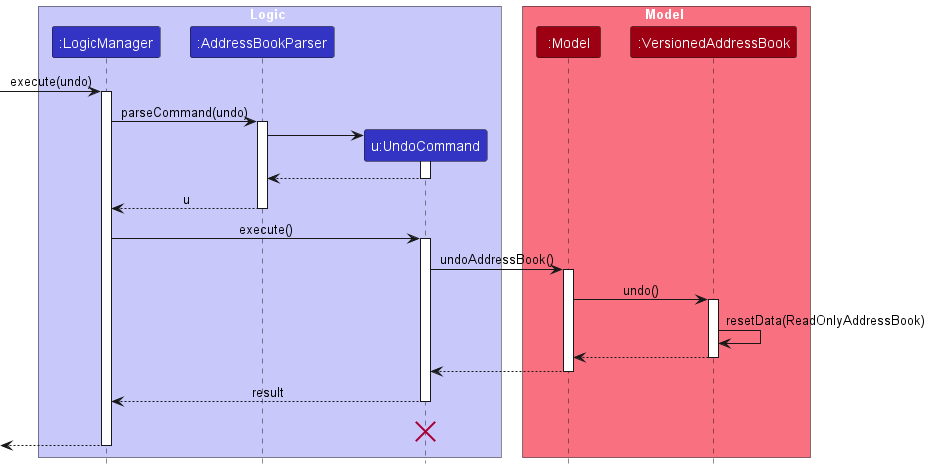
Earlier version of the PlantUML export docs/images/UndoSequenceDiagram.png (sheryew/tp). Source of this version:
```plantuml
@startuml
!include style.puml
skinparam ArrowFontStyle plain

box Logic LOGIC_COLOR_T1
participant ":LogicManager" as LogicManager LOGIC_COLOR
participant ":AddressBookParser" as AddressBookParser LOGIC_COLOR
participant "u:UndoCommand" as UndoCommand LOGIC_COLOR
end box

box Model MODEL_COLOR_T1
participant ":Model" as Model MODEL_COLOR
participant ":VersionedAddressBook" as VersionedAddressBook MODEL_COLOR
end box
[-> LogicManager : execute(undo)
activate LogicManager

LogicManager -> AddressBookParser : parseCommand(undo)
activate AddressBookParser

create UndoCommand
AddressBookParser -> UndoCommand
activate UndoCommand

UndoCommand --> AddressBookParser
deactivate UndoCommand

AddressBookParser --> LogicManager : u
deactivate AddressBookParser

LogicManager -> UndoCommand : execute()
activate UndoCommand

UndoCommand -> Model : undoAddressBook()
activate Model

Model -> VersionedAddressBook : undo()
activate VersionedAddressBook

VersionedAddressBook -> VersionedAddressBook :resetData(ReadOnlyAddressBook)
VersionedAddressBook --> Model :
deactivate VersionedAddressBook

Model --> UndoCommand
deactivate Model

UndoCommand --> LogicManager : result
deactivate UndoCommand
UndoCommand -[hidden]-> LogicManager : result
destroy UndoCommand

[<--LogicManager
deactivate LogicManager
@enduml
```
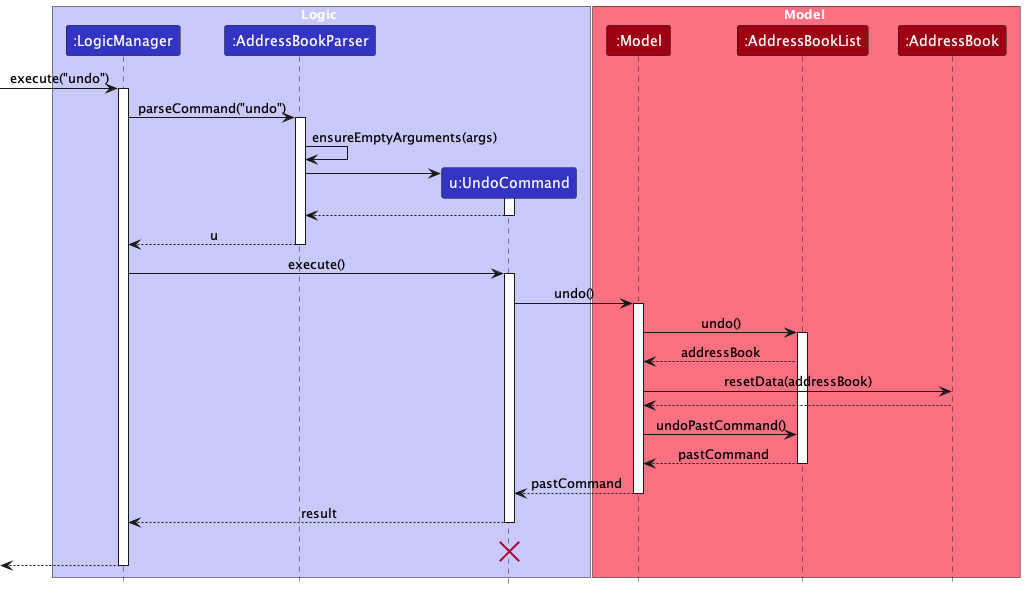
Later version of the same file.

Change to the diagram source:
```diff
@@ -10,13 +10,16 @@
 
 box Model MODEL_COLOR_T1
 participant ":Model" as Model MODEL_COLOR
-participant ":VersionedAddressBook" as VersionedAddressBook MODEL_COLOR
+participant ":AddressBookList" as AddressBookList MODEL_COLOR
+participant ":AddressBook" as AddressBook MODEL_COLOR
 end box
-[-> LogicManager : execute(undo)
+[-> LogicManager : execute("undo")
 activate LogicManager
 
-LogicManager -> AddressBookParser : parseCommand(undo)
+LogicManager -> AddressBookParser : parseCommand("undo")
 activate AddressBookParser
+
+AddressBookParser -> AddressBookParser : ensureEmptyArguments(args)
 
 create UndoCommand
 AddressBookParser -> UndoCommand
@@ -31,17 +34,24 @@
 LogicManager -> UndoCommand : execute()
 activate UndoCommand
 
-UndoCommand -> Model : undoAddressBook()
+UndoCommand -> Model : undo()
 activate Model
 
-Model -> VersionedAddressBook : undo()
-activate VersionedAddressBook
+Model -> AddressBookList : undo()
+activate AddressBookList
 
-VersionedAddressBook -> VersionedAddressBook :resetData(ReadOnlyAddressBook)
-VersionedAddressBook --> Model :
-deactivate VersionedAddressBook
+AddressBookList --> Model : addressBook
 
-Model --> UndoCommand
+Model -> AddressBook : resetData(addressBook)
+AddressBook --> Model :
+deactivate AddressBook
+
+Model -> AddressBookList : undoPastCommand()
+
+AddressBookList --> Model : pastCommand
+deactivate AddressBookList
+
+Model --> UndoCommand : pastCommand
 deactivate Model
 
 UndoCommand --> LogicManager : result
```
